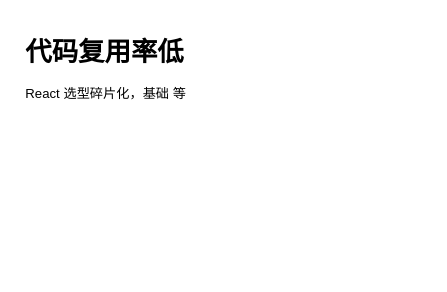
This is 低代码——资源不共享的原因.drawio from tangyaosimida/love, a draw.io file, before an edit. Source tidied: cells renumbered, new cells numbered last; positions are measured from the earlier drawing's top-left corner, leaving out a move shared by most shapes. Both pictures are drawn from the tidied source at 110%, with x=0, y=0 at pixel (20, 30).
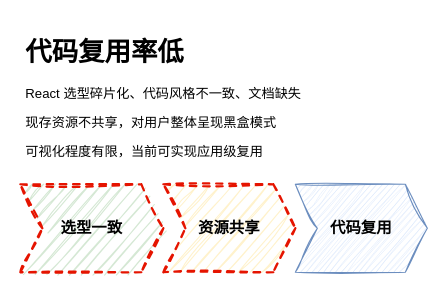
The same diagram, later.

Commit message (it also covers changes not shown here):
更新低代码——资源不共享的原因.drawio

Diff of the diagram source:
```diff
@@
 <mxGraphModel>
   <root>
     <mxCell id="0" />
     <mxCell id="1" parent="0" />
-    <mxCell id="2" value="&lt;h1&gt;代码复用率低&lt;/h1&gt;&lt;p&gt;React 选型碎片化，基础 等&lt;/p&gt;" style="text;html=1;spacing=5;spacingTop=-20;whiteSpace=wrap;overflow=hidden;rounded=0;" parent="1" vertex="1">
-      <mxGeometry width="240" height="110" as="geometry" />
+    <mxCell id="2" value="&lt;h1&gt;代码复用率低&lt;/h1&gt;&lt;p&gt;React 选型碎片化、代码风格不一致、文档缺失&lt;/p&gt;&lt;p&gt;现存资源不共享，对用户整体呈现黑盒模式&lt;/p&gt;&lt;p&gt;可视化程度有限，当前可实现应用级复用&lt;/p&gt;" style="text;html=1;spacing=5;spacingTop=-20;whiteSpace=wrap;overflow=hidden;rounded=0;sketch=1;curveFitting=1;jiggle=2;shadow=0;" parent="1" vertex="1">
+      <mxGeometry width="260" height="130" as="geometry" />
     </mxCell>
+    <mxCell id="3" value="选型一致" style="shape=step;perimeter=stepPerimeter;whiteSpace=wrap;html=1;fixedSize=1;fillColor=#d5e8d4;strokeColor=#E51400;fontStyle=1;fontSize=14;rounded=0;sketch=1;curveFitting=1;jiggle=2;shadow=0;dashed=1;strokeWidth=2;" parent="1" vertex="1">
+      <mxGeometry y="140" width="130" height="80" as="geometry" />
+    </mxCell>
+    <mxCell id="4" value="资源共享" style="shape=step;perimeter=stepPerimeter;whiteSpace=wrap;html=1;fixedSize=1;fillColor=#fff2cc;strokeColor=#E51400;fontStyle=1;fontSize=14;rounded=0;sketch=1;curveFitting=1;jiggle=2;shadow=0;dashed=1;strokeWidth=2;" parent="1" vertex="1">
+      <mxGeometry x="130" y="140" width="120" height="80" as="geometry" />
+    </mxCell>
+    <mxCell id="5" value="代码复用" style="shape=step;perimeter=stepPerimeter;whiteSpace=wrap;html=1;fixedSize=1;fillColor=#dae8fc;strokeColor=#6c8ebf;fontStyle=1;fontSize=14;rounded=0;sketch=1;curveFitting=1;jiggle=2;shadow=0;" parent="1" vertex="1">
+      <mxGeometry x="250" y="140" width="120" height="80" as="geometry" />
+    </mxCell>
   </root>
 </mxGraphModel>
```
